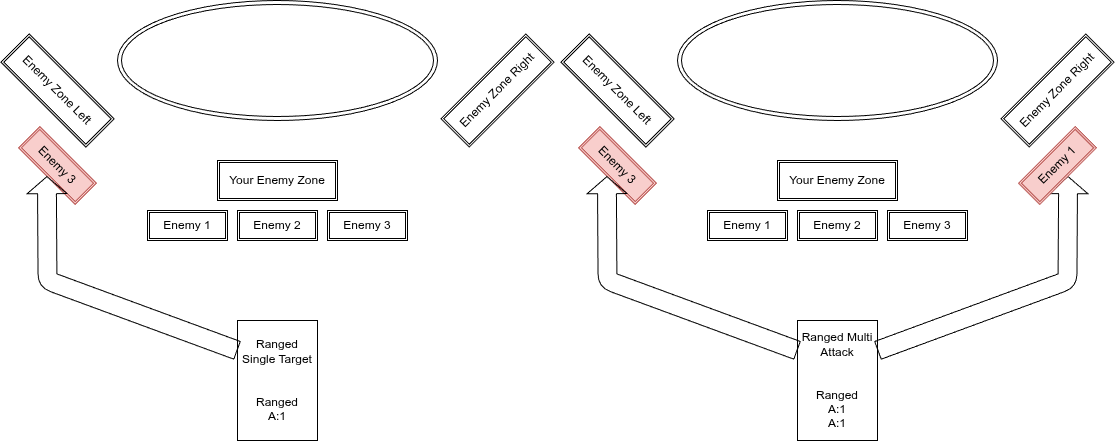
Above: Books/ExplanationPics/TargetingRanged.drawio.png in Mich2024/WheelOfElements (draw.io), before the change. Source tidied: cells renumbered, new cells last; positions are measured from the earlier drawing's top-left corner, leaving out a move shared by most shapes. The source it was exported from:
```xml
<mxGraphModel>
  <root>
    <mxCell id="0" />
    <mxCell id="1" parent="0" />
    <mxCell id="2" style="ellipse;shape=doubleEllipse;whiteSpace=wrap;html=1;" parent="1" vertex="1">
      <mxGeometry x="120" width="320" height="120" as="geometry" />
    </mxCell>
    <mxCell id="3" value="Enemy Zone Left" style="shape=ext;double=1;rounded=0;whiteSpace=wrap;html=1;rotation=45;" parent="1" vertex="1">
      <mxGeometry y="70" width="120" height="40" as="geometry" />
    </mxCell>
    <mxCell id="4" value="Enemy Zone Right" style="shape=ext;double=1;rounded=0;whiteSpace=wrap;html=1;rotation=-45;" parent="1" vertex="1">
      <mxGeometry x="440" y="70" width="120" height="40" as="geometry" />
    </mxCell>
    <mxCell id="5" value="Your Enemy Zone" style="shape=ext;double=1;rounded=0;whiteSpace=wrap;html=1;" parent="1" vertex="1">
      <mxGeometry x="220" y="160" width="120" height="40" as="geometry" />
    </mxCell>
    <mxCell id="6" value="Enemy 2" style="shape=ext;double=1;rounded=0;whiteSpace=wrap;html=1;" parent="1" vertex="1">
      <mxGeometry x="240" y="210" width="80" height="30" as="geometry" />
    </mxCell>
    <mxCell id="7" value="Enemy 1" style="shape=ext;double=1;rounded=0;whiteSpace=wrap;html=1;" parent="1" vertex="1">
      <mxGeometry x="150" y="210" width="80" height="30" as="geometry" />
    </mxCell>
    <mxCell id="8" value="Enemy 3" style="shape=ext;double=1;rounded=0;whiteSpace=wrap;html=1;" parent="1" vertex="1">
      <mxGeometry x="330" y="210" width="80" height="30" as="geometry" />
    </mxCell>
    <mxCell id="9" value="Ranged Single Target&lt;br&gt;&lt;br&gt;&lt;br&gt;Ranged&lt;br&gt;A:1" style="rounded=0;whiteSpace=wrap;html=1;" parent="1" vertex="1">
      <mxGeometry x="240" y="320" width="80" height="120" as="geometry" />
    </mxCell>
    <mxCell id="10" value="Enemy 3" style="shape=ext;double=1;rounded=0;whiteSpace=wrap;html=1;fillColor=#f8cecc;strokeColor=#b85450;rotation=45;" parent="1" vertex="1">
      <mxGeometry x="20" y="150" width="80" height="30" as="geometry" />
    </mxCell>
    <mxCell id="11" style="shape=flexArrow;endArrow=classic;html=1;width=18.857142857142858;endSize=5.354285714285714;entryX=0.5;entryY=1;entryDx=0;entryDy=0;exitX=0;exitY=0.25;exitDx=0;exitDy=0;" parent="1" edge="1" source="9" target="10">
      <mxGeometry relative="1" as="geometry">
        <Array as="points">
          <mxPoint x="50" y="280" />
        </Array>
      </mxGeometry>
    </mxCell>
    <mxCell id="12" style="ellipse;shape=doubleEllipse;whiteSpace=wrap;html=1;" parent="1" vertex="1">
      <mxGeometry x="680" width="320" height="120" as="geometry" />
    </mxCell>
    <mxCell id="13" value="Enemy Zone Left" style="shape=ext;double=1;rounded=0;whiteSpace=wrap;html=1;rotation=45;" parent="1" vertex="1">
      <mxGeometry x="560" y="70" width="120" height="40" as="geometry" />
    </mxCell>
    <mxCell id="14" value="Enemy Zone Right" style="shape=ext;double=1;rounded=0;whiteSpace=wrap;html=1;rotation=-45;" parent="1" vertex="1">
      <mxGeometry x="1000" y="70" width="120" height="40" as="geometry" />
    </mxCell>
    <mxCell id="15" value="Your Enemy Zone" style="shape=ext;double=1;rounded=0;whiteSpace=wrap;html=1;" parent="1" vertex="1">
      <mxGeometry x="780" y="160" width="120" height="40" as="geometry" />
    </mxCell>
    <mxCell id="16" value="Enemy 2" style="shape=ext;double=1;rounded=0;whiteSpace=wrap;html=1;" parent="1" vertex="1">
      <mxGeometry x="800" y="210" width="80" height="30" as="geometry" />
    </mxCell>
    <mxCell id="17" value="Enemy 1" style="shape=ext;double=1;rounded=0;whiteSpace=wrap;html=1;" parent="1" vertex="1">
      <mxGeometry x="710" y="210" width="80" height="30" as="geometry" />
    </mxCell>
    <mxCell id="18" value="Enemy 3" style="shape=ext;double=1;rounded=0;whiteSpace=wrap;html=1;" parent="1" vertex="1">
      <mxGeometry x="890" y="210" width="80" height="30" as="geometry" />
    </mxCell>
    <mxCell id="19" value="Ranged Multi Attack&lt;br&gt;&lt;br&gt;&lt;br&gt;Ranged&lt;br&gt;A:1&lt;br&gt;A:1" style="rounded=0;whiteSpace=wrap;html=1;" parent="1" vertex="1">
      <mxGeometry x="800" y="320" width="80" height="120" as="geometry" />
    </mxCell>
    <mxCell id="20" value="Enemy 3" style="shape=ext;double=1;rounded=0;whiteSpace=wrap;html=1;fillColor=#f8cecc;strokeColor=#b85450;rotation=45;" parent="1" vertex="1">
      <mxGeometry x="580" y="150" width="80" height="30" as="geometry" />
    </mxCell>
    <mxCell id="21" style="shape=flexArrow;endArrow=classic;html=1;width=18.857142857142858;endSize=5.354285714285714;entryX=0.5;entryY=1;entryDx=0;entryDy=0;exitX=0;exitY=0.25;exitDx=0;exitDy=0;" parent="1" edge="1" source="19" target="20">
      <mxGeometry relative="1" as="geometry">
        <Array as="points">
          <mxPoint x="610" y="280" />
        </Array>
      </mxGeometry>
    </mxCell>
    <mxCell id="22" style="shape=flexArrow;endArrow=classic;html=1;width=18.857142857142858;endSize=5.354285714285714;exitX=1;exitY=0.25;exitDx=0;exitDy=0;entryX=0.5;entryY=1;entryDx=0;entryDy=0;" parent="1" edge="1" source="19" target="23">
      <mxGeometry relative="1" as="geometry">
        <Array as="points">
          <mxPoint x="1070" y="280" />
        </Array>
      </mxGeometry>
    </mxCell>
    <mxCell id="23" value="Enemy 1" style="shape=ext;double=1;rounded=0;whiteSpace=wrap;html=1;rotation=-45;fillColor=#f8cecc;strokeColor=#b85450;" parent="1" vertex="1">
      <mxGeometry x="1020" y="150" width="80" height="30" as="geometry" />
    </mxCell>
  </root>
</mxGraphModel>
```
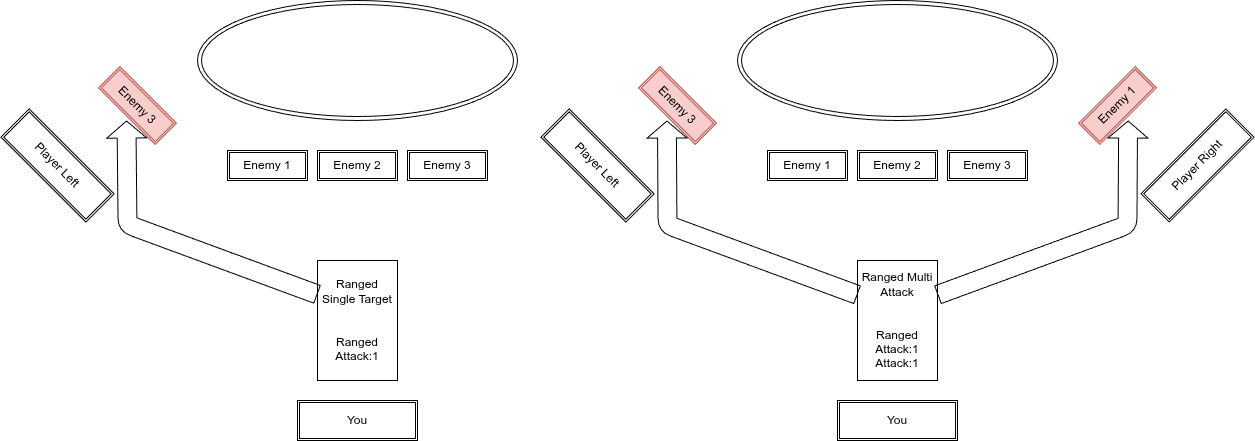
The same diagram one commit later.

Commit message:
targeting pics

The edit, as a diff of the source:
```diff
@@ -3,82 +3,85 @@
     <mxCell id="0" />
     <mxCell id="1" parent="0" />
     <mxCell id="2" style="ellipse;shape=doubleEllipse;whiteSpace=wrap;html=1;" parent="1" vertex="1">
-      <mxGeometry x="120" width="320" height="120" as="geometry" />
+      <mxGeometry x="130" width="320" height="120" as="geometry" />
     </mxCell>
-    <mxCell id="3" value="Enemy Zone Left" style="shape=ext;double=1;rounded=0;whiteSpace=wrap;html=1;rotation=45;" parent="1" vertex="1">
-      <mxGeometry y="70" width="120" height="40" as="geometry" />
+    <mxCell id="3" value="Player Left" style="shape=ext;double=1;rounded=0;whiteSpace=wrap;html=1;rotation=45;" parent="1" vertex="1">
+      <mxGeometry x="-70" y="145" width="120" height="40" as="geometry" />
     </mxCell>
-    <mxCell id="4" value="Enemy Zone Right" style="shape=ext;double=1;rounded=0;whiteSpace=wrap;html=1;rotation=-45;" parent="1" vertex="1">
-      <mxGeometry x="440" y="70" width="120" height="40" as="geometry" />
-    </mxCell>
-    <mxCell id="5" value="Your Enemy Zone" style="shape=ext;double=1;rounded=0;whiteSpace=wrap;html=1;" parent="1" vertex="1">
-      <mxGeometry x="220" y="160" width="120" height="40" as="geometry" />
+    <mxCell id="5" value="You" style="shape=ext;double=1;rounded=0;whiteSpace=wrap;html=1;" parent="1" vertex="1">
+      <mxGeometry x="230" y="400" width="120" height="40" as="geometry" />
     </mxCell>
     <mxCell id="6" value="Enemy 2" style="shape=ext;double=1;rounded=0;whiteSpace=wrap;html=1;" parent="1" vertex="1">
-      <mxGeometry x="240" y="210" width="80" height="30" as="geometry" />
+      <mxGeometry x="250" y="150" width="80" height="30" as="geometry" />
     </mxCell>
     <mxCell id="7" value="Enemy 1" style="shape=ext;double=1;rounded=0;whiteSpace=wrap;html=1;" parent="1" vertex="1">
-      <mxGeometry x="150" y="210" width="80" height="30" as="geometry" />
+      <mxGeometry x="160" y="150" width="80" height="30" as="geometry" />
     </mxCell>
     <mxCell id="8" value="Enemy 3" style="shape=ext;double=1;rounded=0;whiteSpace=wrap;html=1;" parent="1" vertex="1">
-      <mxGeometry x="330" y="210" width="80" height="30" as="geometry" />
+      <mxGeometry x="340" y="150" width="80" height="30" as="geometry" />
     </mxCell>
-    <mxCell id="9" value="Ranged Single Target&lt;br&gt;&lt;br&gt;&lt;br&gt;Ranged&lt;br&gt;A:1" style="rounded=0;whiteSpace=wrap;html=1;" parent="1" vertex="1">
-      <mxGeometry x="240" y="320" width="80" height="120" as="geometry" />
+    <mxCell id="9" value="Ranged Single Target&lt;br&gt;&lt;br&gt;&lt;br&gt;Ranged&lt;br&gt;&lt;span style=&quot;color: rgb(0, 0, 0);&quot;&gt;Attack:1&lt;/span&gt;" style="rounded=0;whiteSpace=wrap;html=1;" parent="1" vertex="1">
+      <mxGeometry x="250" y="260" width="80" height="120" as="geometry" />
     </mxCell>
     <mxCell id="10" value="Enemy 3" style="shape=ext;double=1;rounded=0;whiteSpace=wrap;html=1;fillColor=#f8cecc;strokeColor=#b85450;rotation=45;" parent="1" vertex="1">
-      <mxGeometry x="20" y="150" width="80" height="30" as="geometry" />
+      <mxGeometry x="30" y="90" width="80" height="30" as="geometry" />
     </mxCell>
-    <mxCell id="11" style="shape=flexArrow;endArrow=classic;html=1;width=18.857142857142858;endSize=5.354285714285714;entryX=0.5;entryY=1;entryDx=0;entryDy=0;exitX=0;exitY=0.25;exitDx=0;exitDy=0;" parent="1" edge="1" source="9" target="10">
-      <mxGeometry relative="1" as="geometry">
-        <Array as="points">
-          <mxPoint x="50" y="280" />
-        </Array>
-      </mxGeometry>
-    </mxCell>
     <mxCell id="12" style="ellipse;shape=doubleEllipse;whiteSpace=wrap;html=1;" parent="1" vertex="1">
-      <mxGeometry x="680" width="320" height="120" as="geometry" />
+      <mxGeometry x="670" width="320" height="120" as="geometry" />
     </mxCell>
-    <mxCell id="13" value="Enemy Zone Left" style="shape=ext;double=1;rounded=0;whiteSpace=wrap;html=1;rotation=45;" parent="1" vertex="1">
-      <mxGeometry x="560" y="70" width="120" height="40" as="geometry" />
+    <mxCell id="13" value="Player Left" style="shape=ext;double=1;rounded=0;whiteSpace=wrap;html=1;rotation=45;" parent="1" vertex="1">
+      <mxGeometry x="470" y="145" width="120" height="40" as="geometry" />
     </mxCell>
-    <mxCell id="14" value="Enemy Zone Right" style="shape=ext;double=1;rounded=0;whiteSpace=wrap;html=1;rotation=-45;" parent="1" vertex="1">
-      <mxGeometry x="1000" y="70" width="120" height="40" as="geometry" />
+    <mxCell id="14" value="Player Right" style="shape=ext;double=1;rounded=0;whiteSpace=wrap;html=1;rotation=-45;" parent="1" vertex="1">
+      <mxGeometry x="1070" y="145" width="120" height="40" as="geometry" />
     </mxCell>
-    <mxCell id="15" value="Your Enemy Zone" style="shape=ext;double=1;rounded=0;whiteSpace=wrap;html=1;" parent="1" vertex="1">
-      <mxGeometry x="780" y="160" width="120" height="40" as="geometry" />
+    <mxCell id="15" value="You" style="shape=ext;double=1;rounded=0;whiteSpace=wrap;html=1;" parent="1" vertex="1">
+      <mxGeometry x="770" y="400" width="120" height="40" as="geometry" />
     </mxCell>
     <mxCell id="16" value="Enemy 2" style="shape=ext;double=1;rounded=0;whiteSpace=wrap;html=1;" parent="1" vertex="1">
-      <mxGeometry x="800" y="210" width="80" height="30" as="geometry" />
+      <mxGeometry x="790" y="150" width="80" height="30" as="geometry" />
     </mxCell>
     <mxCell id="17" value="Enemy 1" style="shape=ext;double=1;rounded=0;whiteSpace=wrap;html=1;" parent="1" vertex="1">
-      <mxGeometry x="710" y="210" width="80" height="30" as="geometry" />
+      <mxGeometry x="700" y="150" width="80" height="30" as="geometry" />
     </mxCell>
     <mxCell id="18" value="Enemy 3" style="shape=ext;double=1;rounded=0;whiteSpace=wrap;html=1;" parent="1" vertex="1">
-      <mxGeometry x="890" y="210" width="80" height="30" as="geometry" />
+      <mxGeometry x="880" y="150" width="80" height="30" as="geometry" />
     </mxCell>
-    <mxCell id="19" value="Ranged Multi Attack&lt;br&gt;&lt;br&gt;&lt;br&gt;Ranged&lt;br&gt;A:1&lt;br&gt;A:1" style="rounded=0;whiteSpace=wrap;html=1;" parent="1" vertex="1">
-      <mxGeometry x="800" y="320" width="80" height="120" as="geometry" />
+    <mxCell id="19" value="Ranged Multi Attack&lt;br&gt;&lt;br&gt;&lt;br&gt;Ranged&lt;br&gt;&lt;span style=&quot;color: rgb(0, 0, 0);&quot;&gt;Attack:1&lt;/span&gt;&lt;br&gt;&lt;span style=&quot;color: rgb(0, 0, 0);&quot;&gt;Attack:1&lt;/span&gt;" style="rounded=0;whiteSpace=wrap;html=1;" parent="1" vertex="1">
+      <mxGeometry x="790" y="260" width="80" height="120" as="geometry" />
     </mxCell>
     <mxCell id="20" value="Enemy 3" style="shape=ext;double=1;rounded=0;whiteSpace=wrap;html=1;fillColor=#f8cecc;strokeColor=#b85450;rotation=45;" parent="1" vertex="1">
-      <mxGeometry x="580" y="150" width="80" height="30" as="geometry" />
+      <mxGeometry x="570" y="90" width="80" height="30" as="geometry" />
     </mxCell>
-    <mxCell id="21" style="shape=flexArrow;endArrow=classic;html=1;width=18.857142857142858;endSize=5.354285714285714;entryX=0.5;entryY=1;entryDx=0;entryDy=0;exitX=0;exitY=0.25;exitDx=0;exitDy=0;" parent="1" edge="1" source="19" target="20">
+    <mxCell id="21" style="shape=flexArrow;endArrow=classic;html=1;width=18.857142857142858;endSize=5.354285714285714;entryX=0.5;entryY=1;entryDx=0;entryDy=0;exitX=0;exitY=0.25;exitDx=0;exitDy=0;" parent="1" edge="1">
       <mxGeometry relative="1" as="geometry">
+        <mxPoint x="790" y="294.4" as="sourcePoint" />
+        <mxPoint x="599.4" y="120" as="targetPoint" />
         <Array as="points">
-          <mxPoint x="610" y="280" />
+          <mxPoint x="600" y="224.4" />
         </Array>
       </mxGeometry>
     </mxCell>
-    <mxCell id="22" style="shape=flexArrow;endArrow=classic;html=1;width=18.857142857142858;endSize=5.354285714285714;exitX=1;exitY=0.25;exitDx=0;exitDy=0;entryX=0.5;entryY=1;entryDx=0;entryDy=0;" parent="1" edge="1" source="19" target="23">
+    <mxCell id="22" style="shape=flexArrow;endArrow=classic;html=1;width=18.857142857142858;endSize=5.354285714285714;exitX=1;exitY=0.25;exitDx=0;exitDy=0;entryX=0.5;entryY=1;entryDx=0;entryDy=0;" parent="1" edge="1">
       <mxGeometry relative="1" as="geometry">
+        <mxPoint x="870" y="294.4" as="sourcePoint" />
+        <mxPoint x="1060.6" y="120" as="targetPoint" />
         <Array as="points">
-          <mxPoint x="1070" y="280" />
+          <mxPoint x="1060" y="224.4" />
         </Array>
       </mxGeometry>
     </mxCell>
     <mxCell id="23" value="Enemy 1" style="shape=ext;double=1;rounded=0;whiteSpace=wrap;html=1;rotation=-45;fillColor=#f8cecc;strokeColor=#b85450;" parent="1" vertex="1">
-      <mxGeometry x="1020" y="150" width="80" height="30" as="geometry" />
+      <mxGeometry x="1010" y="90" width="80" height="30" as="geometry" />
     </mxCell>
+    <mxCell id="24" style="shape=flexArrow;endArrow=classic;html=1;width=18.857142857142858;endSize=5.354285714285714;entryX=0.5;entryY=1;entryDx=0;entryDy=0;exitX=0;exitY=0.25;exitDx=0;exitDy=0;" parent="1" edge="1">
+      <mxGeometry relative="1" as="geometry">
+        <mxPoint x="250" y="294" as="sourcePoint" />
+        <mxPoint x="59" y="120" as="targetPoint" />
+        <Array as="points">
+          <mxPoint x="60" y="224" />
+        </Array>
+      </mxGeometry>
+    </mxCell>
   </root>
 </mxGraphModel>
```
